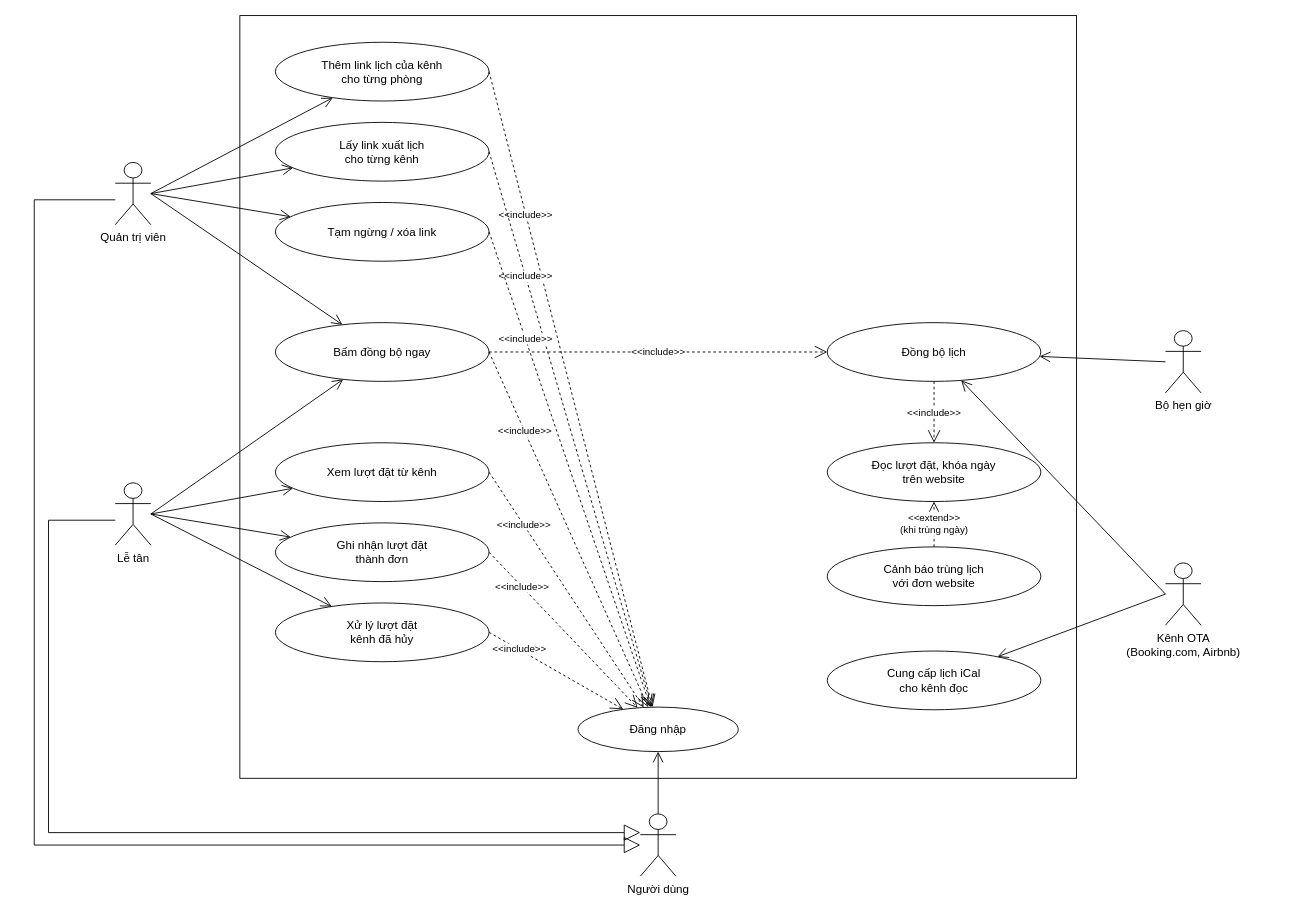
ngynquchn2511/beach-hotel keeps this draw.io diagram as docs/use-case/phan-ra/uc9-dong-bo-ota.drawio. Above is the earlier version. Source tidied: cells renumbered, new cells numbered last; positions are measured from the earlier drawing's top-left corner, leaving out a move shared by most shapes. Both pictures are drawn from the tidied source at 89%, with x=0, y=0 at pixel (34, 15).
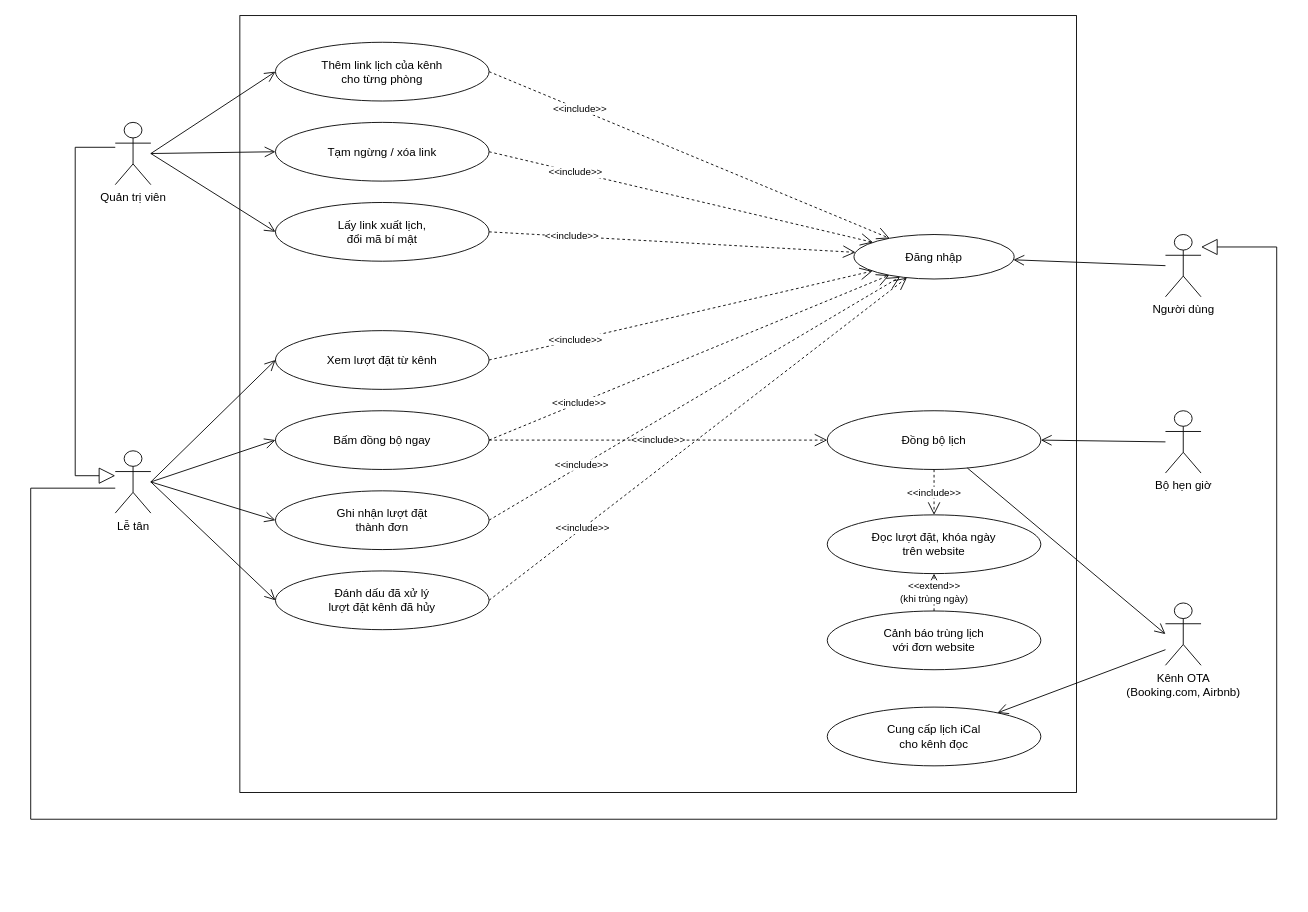
After the change.

The change refers to these unchanged cells:
```xml
<mxCell id="3" value="Thêm link lịch của kênh&lt;br&gt;cho từng phòng" style="ellipse;whiteSpace=wrap;html=1;fillColor=#FFFFFF;strokeColor=#000000;fontSize=13;" parent="1" vertex="1">
  <mxGeometry x="271" y="30" width="240" height="66" as="geometry" />
</mxCell>
```

Diff of the diagram source:
```diff
@@
     <mxCell id="2" style="rounded=0;whiteSpace=wrap;html=1;fillColor=none;strokeColor=#000000;" parent="1" vertex="1">
-      <mxGeometry x="231" width="940" height="857" as="geometry" />
+      <mxGeometry x="231" width="940" height="873" as="geometry" />
     </mxCell>
@@
+    <mxCell id="5" value="Tạm ngừng / xóa link" style="ellipse;whiteSpace=wrap;html=1;fillColor=#FFFFFF;strokeColor=#000000;fontSize=13;" parent="1" vertex="1">
+      <mxGeometry x="271" y="120" width="240" height="66" as="geometry" />
+    </mxCell>
-    <mxCell id="4" value="Lấy link xuất lịch&lt;br&gt;cho từng kênh" style="ellipse;whiteSpace=wrap;html=1;fillColor=#FFFFFF;strokeColor=#000000;fontSize=13;" parent="1" vertex="1">
-      <mxGeometry x="271" y="120" width="240" height="66" as="geometry" />
+    <mxCell id="4" value="Lấy link xuất lịch,&lt;br&gt;đổi mã bí mật" style="ellipse;whiteSpace=wrap;html=1;fillColor=#FFFFFF;strokeColor=#000000;fontSize=13;" parent="1" vertex="1">
+      <mxGeometry x="271" y="210" width="240" height="66" as="geometry" />
     </mxCell>
-    <mxCell id="5" value="Tạm ngừng / xóa link" style="ellipse;whiteSpace=wrap;html=1;fillColor=#FFFFFF;strokeColor=#000000;fontSize=13;" parent="1" vertex="1">
-      <mxGeometry x="271" y="210" width="240" height="66" as="geometry" />
-    </mxCell>
+    <mxCell id="7" value="Xem lượt đặt từ kênh" style="ellipse;whiteSpace=wrap;html=1;fillColor=#FFFFFF;strokeColor=#000000;fontSize=13;" parent="1" vertex="1">
+      <mxGeometry x="271" y="354" width="240" height="66" as="geometry" />
+    </mxCell>
     <mxCell id="6" value="Bấm đồng bộ ngay" style="ellipse;whiteSpace=wrap;html=1;fillColor=#FFFFFF;strokeColor=#000000;fontSize=13;" parent="1" vertex="1">
-      <mxGeometry x="271" y="345" width="240" height="66" as="geometry" />
+      <mxGeometry x="271" y="444" width="240" height="66" as="geometry" />
     </mxCell>
-    <mxCell id="7" value="Xem lượt đặt từ kênh" style="ellipse;whiteSpace=wrap;html=1;fillColor=#FFFFFF;strokeColor=#000000;fontSize=13;" parent="1" vertex="1">
-      <mxGeometry x="271" y="480" width="240" height="66" as="geometry" />
-    </mxCell>
     <mxCell id="8" value="Ghi nhận lượt đặt&lt;br&gt;thành đơn" style="ellipse;whiteSpace=wrap;html=1;fillColor=#FFFFFF;strokeColor=#000000;fontSize=13;" parent="1" vertex="1">
-      <mxGeometry x="271" y="570" width="240" height="66" as="geometry" />
+      <mxGeometry x="271" y="534" width="240" height="66" as="geometry" />
     </mxCell>
-    <mxCell id="9" value="Xử lý lượt đặt&lt;br&gt;kênh đã hủy" style="ellipse;whiteSpace=wrap;html=1;fillColor=#FFFFFF;strokeColor=#000000;fontSize=13;" parent="1" vertex="1">
-      <mxGeometry x="271" y="660" width="240" height="66" as="geometry" />
+    <mxCell id="9" value="Đánh dấu đã xử lý&lt;br&gt;lượt đặt kênh đã hủy" style="ellipse;whiteSpace=wrap;html=1;fillColor=#FFFFFF;strokeColor=#000000;fontSize=13;" parent="1" vertex="1">
+      <mxGeometry x="271" y="624" width="240" height="66" as="geometry" />
     </mxCell>
     <mxCell id="10" value="Đồng bộ lịch" style="ellipse;whiteSpace=wrap;html=1;fillColor=#FFFFFF;strokeColor=#000000;fontSize=13;" parent="1" vertex="1">
-      <mxGeometry x="891" y="345" width="240" height="66" as="geometry" />
+      <mxGeometry x="891" y="444" width="240" height="66" as="geometry" />
     </mxCell>
     <mxCell id="11" value="Đọc lượt đặt, khóa ngày&lt;br&gt;trên website" style="ellipse;whiteSpace=wrap;html=1;fillColor=#FFFFFF;strokeColor=#000000;fontSize=13;" parent="1" vertex="1">
-      <mxGeometry x="891" y="480" width="240" height="66" as="geometry" />
+      <mxGeometry x="891" y="561" width="240" height="66" as="geometry" />
     </mxCell>
     <mxCell id="12" value="Cảnh báo trùng lịch&lt;br&gt;với đơn website" style="ellipse;whiteSpace=wrap;html=1;fillColor=#FFFFFF;strokeColor=#000000;fontSize=13;" parent="1" vertex="1">
-      <mxGeometry x="891" y="597" width="240" height="66" as="geometry" />
+      <mxGeometry x="891" y="669" width="240" height="66" as="geometry" />
     </mxCell>
     <mxCell id="13" value="Cung cấp lịch iCal&lt;br&gt;cho kênh đọc" style="ellipse;whiteSpace=wrap;html=1;fillColor=#FFFFFF;strokeColor=#000000;fontSize=13;" parent="1" vertex="1">
-      <mxGeometry x="891" y="714" width="240" height="66" as="geometry" />
+      <mxGeometry x="891" y="777" width="240" height="66" as="geometry" />
     </mxCell>
     <mxCell id="14" value="Đăng nhập" style="ellipse;whiteSpace=wrap;html=1;fillColor=#FFFFFF;strokeColor=#000000;fontSize=13;" parent="1" vertex="1">
-      <mxGeometry x="611" y="777" width="180" height="50" as="geometry" />
+      <mxGeometry x="921" y="246" width="180" height="50" as="geometry" />
     </mxCell>
     <mxCell id="15" value="Quản trị viên" style="shape=umlActor;verticalLabelPosition=bottom;verticalAlign=top;html=1;outlineConnect=0;fillColor=#FFFFFF;strokeColor=#000000;fontSize=13;" parent="1" vertex="1">
-      <mxGeometry x="91" y="165" width="40" height="70" as="geometry" />
+      <mxGeometry x="91" y="120" width="40" height="70" as="geometry" />
     </mxCell>
     <mxCell id="16" value="Lễ tân" style="shape=umlActor;verticalLabelPosition=bottom;verticalAlign=top;html=1;outlineConnect=0;fillColor=#FFFFFF;strokeColor=#000000;fontSize=13;" parent="1" vertex="1">
-      <mxGeometry x="91" y="525" width="40" height="70" as="geometry" />
+      <mxGeometry x="91" y="489" width="40" height="70" as="geometry" />
     </mxCell>
     <mxCell id="17" value="Bộ hẹn giờ" style="shape=umlActor;verticalLabelPosition=bottom;verticalAlign=top;html=1;outlineConnect=0;fillColor=#FFFFFF;strokeColor=#000000;fontSize=13;" parent="1" vertex="1">
-      <mxGeometry x="1271" y="354" width="40" height="70" as="geometry" />
+      <mxGeometry x="1271" y="444" width="40" height="70" as="geometry" />
     </mxCell>
     <mxCell id="18" value="Kênh OTA&lt;br&gt;(Booking.com, Airbnb)" style="shape=umlActor;verticalLabelPosition=bottom;verticalAlign=top;html=1;outlineConnect=0;fillColor=#FFFFFF;strokeColor=#000000;fontSize=13;" parent="1" vertex="1">
-      <mxGeometry x="1271" y="615" width="40" height="70" as="geometry" />
+      <mxGeometry x="1271" y="660" width="40" height="70" as="geometry" />
     </mxCell>
-    <mxCell id="19" style="endArrow=open;endSize=10;html=1;rounded=0;strokeColor=#000000;exitX=1;exitY=0.5;exitDx=0;exitDy=0;exitPerimeter=0;" parent="1" edge="1" source="15" target="3">
+    <mxCell id="19" style="endArrow=open;endSize=10;html=1;rounded=0;strokeColor=#000000;exitX=1;exitY=0.5;exitDx=0;exitDy=0;exitPerimeter=0;entryX=0;entryY=0.5;entryDx=0;entryDy=0;" parent="1" edge="1" source="15" target="3">
       <mxGeometry relative="1" as="geometry" />
     </mxCell>
-    <mxCell id="20" style="endArrow=open;endSize=10;html=1;rounded=0;strokeColor=#000000;exitX=1;exitY=0.5;exitDx=0;exitDy=0;exitPerimeter=0;" parent="1" edge="1" source="15" target="4">
+    <mxCell id="20" style="endArrow=open;endSize=10;html=1;rounded=0;strokeColor=#000000;exitX=1;exitY=0.5;exitDx=0;exitDy=0;exitPerimeter=0;entryX=0;entryY=0.5;entryDx=0;entryDy=0;" parent="1" edge="1" source="15" target="5">
       <mxGeometry relative="1" as="geometry" />
     </mxCell>
-    <mxCell id="21" style="endArrow=open;endSize=10;html=1;rounded=0;strokeColor=#000000;exitX=1;exitY=0.5;exitDx=0;exitDy=0;exitPerimeter=0;" parent="1" edge="1" source="15" target="5">
+    <mxCell id="21" style="endArrow=open;endSize=10;html=1;rounded=0;strokeColor=#000000;exitX=1;exitY=0.5;exitDx=0;exitDy=0;exitPerimeter=0;entryX=0;entryY=0.5;entryDx=0;entryDy=0;" parent="1" edge="1" source="15" target="4">
       <mxGeometry relative="1" as="geometry" />
     </mxCell>
-    <mxCell id="22" style="endArrow=open;endSize=10;html=1;rounded=0;strokeColor=#000000;exitX=1;exitY=0.5;exitDx=0;exitDy=0;exitPerimeter=0;" parent="1" edge="1" source="15" target="6">
+    <mxCell id="22" style="endArrow=open;endSize=10;html=1;rounded=0;strokeColor=#000000;exitX=1;exitY=0.5;exitDx=0;exitDy=0;exitPerimeter=0;entryX=0;entryY=0.5;entryDx=0;entryDy=0;" parent="1" edge="1" source="16" target="7">
       <mxGeometry relative="1" as="geometry" />
     </mxCell>
-    <mxCell id="23" style="endArrow=open;endSize=10;html=1;rounded=0;strokeColor=#000000;exitX=1;exitY=0.5;exitDx=0;exitDy=0;exitPerimeter=0;" parent="1" edge="1" source="16" target="7">
+    <mxCell id="23" style="endArrow=open;endSize=10;html=1;rounded=0;strokeColor=#000000;exitX=1;exitY=0.5;exitDx=0;exitDy=0;exitPerimeter=0;entryX=0;entryY=0.5;entryDx=0;entryDy=0;" parent="1" edge="1" source="16" target="6">
       <mxGeometry relative="1" as="geometry" />
     </mxCell>
-    <mxCell id="24" style="endArrow=open;endSize=10;html=1;rounded=0;strokeColor=#000000;exitX=1;exitY=0.5;exitDx=0;exitDy=0;exitPerimeter=0;" parent="1" edge="1" source="16" target="8">
+    <mxCell id="24" style="endArrow=open;endSize=10;html=1;rounded=0;strokeColor=#000000;exitX=1;exitY=0.5;exitDx=0;exitDy=0;exitPerimeter=0;entryX=0;entryY=0.5;entryDx=0;entryDy=0;" parent="1" edge="1" source="16" target="8">
       <mxGeometry relative="1" as="geometry" />
     </mxCell>
-    <mxCell id="25" style="endArrow=open;endSize=10;html=1;rounded=0;strokeColor=#000000;exitX=1;exitY=0.5;exitDx=0;exitDy=0;exitPerimeter=0;" parent="1" edge="1" source="16" target="9">
+    <mxCell id="25" style="endArrow=open;endSize=10;html=1;rounded=0;strokeColor=#000000;exitX=1;exitY=0.5;exitDx=0;exitDy=0;exitPerimeter=0;entryX=0;entryY=0.5;entryDx=0;entryDy=0;" parent="1" edge="1" source="16" target="9">
       <mxGeometry relative="1" as="geometry" />
     </mxCell>
-    <mxCell id="26" style="endArrow=open;endSize=10;html=1;rounded=0;strokeColor=#000000;exitX=1;exitY=0.5;exitDx=0;exitDy=0;exitPerimeter=0;" parent="1" edge="1" source="16" target="6">
+    <mxCell id="26" style="endArrow=open;endSize=10;html=1;rounded=0;strokeColor=#000000;exitX=0;exitY=0.5;exitDx=0;exitDy=0;exitPerimeter=0;entryX=1;entryY=0.5;entryDx=0;entryDy=0;" parent="1" edge="1" source="17" target="10">
       <mxGeometry relative="1" as="geometry" />
     </mxCell>
-    <mxCell id="27" style="endArrow=open;endSize=10;html=1;rounded=0;strokeColor=#000000;exitX=0;exitY=0.5;exitDx=0;exitDy=0;exitPerimeter=0;" parent="1" edge="1" source="17" target="10">
+    <mxCell id="27" style="endArrow=open;endSize=10;html=1;rounded=0;strokeColor=#000000;entryX=0;entryY=0.5;entryDx=0;entryDy=0;entryPerimeter=0;" parent="1" edge="1" source="10" target="18">
       <mxGeometry relative="1" as="geometry" />
     </mxCell>
-    <mxCell id="28" style="endArrow=open;endSize=10;html=1;rounded=0;strokeColor=#000000;exitX=0;exitY=0.5;exitDx=0;exitDy=0;exitPerimeter=0;" parent="1" edge="1" source="18" target="10">
+    <mxCell id="28" value="&amp;lt;&amp;lt;include&amp;gt;&amp;gt;" style="endArrow=open;endSize=12;dashed=1;html=1;rounded=0;strokeColor=#000000;fontSize=11;labelBackgroundColor=#FFFFFF;" parent="1" edge="1" source="6" target="10">
       <mxGeometry relative="1" as="geometry" />
     </mxCell>
-    <mxCell id="29" style="endArrow=open;endSize=10;html=1;rounded=0;strokeColor=#000000;exitX=0;exitY=0.5;exitDx=0;exitDy=0;exitPerimeter=0;" parent="1" edge="1" source="18" target="13">
+    <mxCell id="29" value="&amp;lt;&amp;lt;include&amp;gt;&amp;gt;" style="endArrow=open;endSize=12;dashed=1;html=1;rounded=0;strokeColor=#000000;fontSize=11;labelBackgroundColor=#FFFFFF;" parent="1" edge="1" source="10" target="11">
       <mxGeometry relative="1" as="geometry" />
     </mxCell>
-    <mxCell id="30" value="&amp;lt;&amp;lt;include&amp;gt;&amp;gt;" style="endArrow=open;endSize=12;dashed=1;html=1;rounded=0;strokeColor=#000000;fontSize=11;labelBackgroundColor=#FFFFFF;" parent="1" edge="1" source="6" target="10">
+    <mxCell id="30" value="&amp;lt;&amp;lt;extend&amp;gt;&amp;gt;&lt;br&gt;(khi trùng ngày)" style="endArrow=open;endSize=12;dashed=1;html=1;rounded=0;strokeColor=#000000;fontSize=11;labelBackgroundColor=#FFFFFF;" parent="1" edge="1" source="12" target="11">
       <mxGeometry relative="1" as="geometry" />
     </mxCell>
-    <mxCell id="31" value="&amp;lt;&amp;lt;include&amp;gt;&amp;gt;" style="endArrow=open;endSize=12;dashed=1;html=1;rounded=0;strokeColor=#000000;fontSize=11;labelBackgroundColor=#FFFFFF;" parent="1" edge="1" source="10" target="11">
-      <mxGeometry relative="1" as="geometry" />
+    <mxCell id="31" value="&amp;lt;&amp;lt;include&amp;gt;&amp;gt;" style="endArrow=open;endSize=12;dashed=1;html=1;rounded=0;strokeColor=#000000;fontSize=11;labelBackgroundColor=#FFFFFF;exitX=1;exitY=0.5;exitDx=0;exitDy=0;" parent="1" edge="1" source="3" target="14">
+      <mxGeometry x="-0.55" relative="1" as="geometry" />
     </mxCell>
-    <mxCell id="32" value="&amp;lt;&amp;lt;extend&amp;gt;&amp;gt;&lt;br&gt;(khi trùng ngày)" style="endArrow=open;endSize=12;dashed=1;html=1;rounded=0;strokeColor=#000000;fontSize=11;labelBackgroundColor=#FFFFFF;" parent="1" edge="1" source="12" target="11">
-      <mxGeometry relative="1" as="geometry" />
+    <mxCell id="32" value="&amp;lt;&amp;lt;include&amp;gt;&amp;gt;" style="endArrow=open;endSize=12;dashed=1;html=1;rounded=0;strokeColor=#000000;fontSize=11;labelBackgroundColor=#FFFFFF;exitX=1;exitY=0.5;exitDx=0;exitDy=0;" parent="1" edge="1" source="5" target="14">
+      <mxGeometry x="-0.55" relative="1" as="geometry" />
     </mxCell>
-    <mxCell id="33" value="&amp;lt;&amp;lt;include&amp;gt;&amp;gt;" style="endArrow=open;endSize=12;dashed=1;html=1;rounded=0;strokeColor=#000000;fontSize=11;labelBackgroundColor=#FFFFFF;exitX=1;exitY=0.5;exitDx=0;exitDy=0;" parent="1" edge="1" source="3" target="14">
+    <mxCell id="33" value="&amp;lt;&amp;lt;include&amp;gt;&amp;gt;" style="endArrow=open;endSize=12;dashed=1;html=1;rounded=0;strokeColor=#000000;fontSize=11;labelBackgroundColor=#FFFFFF;exitX=1;exitY=0.5;exitDx=0;exitDy=0;" parent="1" edge="1" source="4" target="14">
       <mxGeometry x="-0.55" relative="1" as="geometry" />
     </mxCell>
-    <mxCell id="34" value="&amp;lt;&amp;lt;include&amp;gt;&amp;gt;" style="endArrow=open;endSize=12;dashed=1;html=1;rounded=0;strokeColor=#000000;fontSize=11;labelBackgroundColor=#FFFFFF;exitX=1;exitY=0.5;exitDx=0;exitDy=0;" parent="1" edge="1" source="4" target="14">
+    <mxCell id="34" value="&amp;lt;&amp;lt;include&amp;gt;&amp;gt;" style="endArrow=open;endSize=12;dashed=1;html=1;rounded=0;strokeColor=#000000;fontSize=11;labelBackgroundColor=#FFFFFF;exitX=1;exitY=0.5;exitDx=0;exitDy=0;" parent="1" edge="1" source="7" target="14">
       <mxGeometry x="-0.55" relative="1" as="geometry" />
     </mxCell>
-    <mxCell id="35" value="&amp;lt;&amp;lt;include&amp;gt;&amp;gt;" style="endArrow=open;endSize=12;dashed=1;html=1;rounded=0;strokeColor=#000000;fontSize=11;labelBackgroundColor=#FFFFFF;exitX=1;exitY=0.5;exitDx=0;exitDy=0;" parent="1" edge="1" source="5" target="14">
+    <mxCell id="35" value="&amp;lt;&amp;lt;include&amp;gt;&amp;gt;" style="endArrow=open;endSize=12;dashed=1;html=1;rounded=0;strokeColor=#000000;fontSize=11;labelBackgroundColor=#FFFFFF;exitX=1;exitY=0.5;exitDx=0;exitDy=0;" parent="1" edge="1" source="6" target="14">
       <mxGeometry x="-0.55" relative="1" as="geometry" />
     </mxCell>
-    <mxCell id="36" value="&amp;lt;&amp;lt;include&amp;gt;&amp;gt;" style="endArrow=open;endSize=12;dashed=1;html=1;rounded=0;strokeColor=#000000;fontSize=11;labelBackgroundColor=#FFFFFF;exitX=1;exitY=0.5;exitDx=0;exitDy=0;" parent="1" edge="1" source="6" target="14">
+    <mxCell id="36" value="&amp;lt;&amp;lt;include&amp;gt;&amp;gt;" style="endArrow=open;endSize=12;dashed=1;html=1;rounded=0;strokeColor=#000000;fontSize=11;labelBackgroundColor=#FFFFFF;exitX=1;exitY=0.5;exitDx=0;exitDy=0;" parent="1" edge="1" source="8" target="14">
       <mxGeometry x="-0.55" relative="1" as="geometry" />
     </mxCell>
-    <mxCell id="37" value="&amp;lt;&amp;lt;include&amp;gt;&amp;gt;" style="endArrow=open;endSize=12;dashed=1;html=1;rounded=0;strokeColor=#000000;fontSize=11;labelBackgroundColor=#FFFFFF;exitX=1;exitY=0.5;exitDx=0;exitDy=0;" parent="1" edge="1" source="7" target="14">
+    <mxCell id="37" value="&amp;lt;&amp;lt;include&amp;gt;&amp;gt;" style="endArrow=open;endSize=12;dashed=1;html=1;rounded=0;strokeColor=#000000;fontSize=11;labelBackgroundColor=#FFFFFF;exitX=1;exitY=0.5;exitDx=0;exitDy=0;" parent="1" edge="1" source="9" target="14">
       <mxGeometry x="-0.55" relative="1" as="geometry" />
     </mxCell>
-    <mxCell id="38" value="&amp;lt;&amp;lt;include&amp;gt;&amp;gt;" style="endArrow=open;endSize=12;dashed=1;html=1;rounded=0;strokeColor=#000000;fontSize=11;labelBackgroundColor=#FFFFFF;exitX=1;exitY=0.5;exitDx=0;exitDy=0;" parent="1" edge="1" source="8" target="14">
-      <mxGeometry x="-0.55" relative="1" as="geometry" />
+    <mxCell id="38" style="endArrow=block;endSize=16;endFill=0;html=1;rounded=0;strokeColor=#000000;exitX=0;exitY=0.4;exitDx=0;exitDy=0;exitPerimeter=0;entryX=0;entryY=0.4;entryDx=0;entryDy=0;entryPerimeter=0;" parent="1" edge="1" source="15" target="16">
+      <mxGeometry relative="1" as="geometry">
+        <Array as="points">
+          <mxPoint x="46" y="148" />
+          <mxPoint x="46" y="517" />
+        </Array>
+      </mxGeometry>
     </mxCell>
-    <mxCell id="39" value="&amp;lt;&amp;lt;include&amp;gt;&amp;gt;" style="endArrow=open;endSize=12;dashed=1;html=1;rounded=0;strokeColor=#000000;fontSize=11;labelBackgroundColor=#FFFFFF;exitX=1;exitY=0.5;exitDx=0;exitDy=0;" parent="1" edge="1" source="9" target="14">
-      <mxGeometry x="-0.55" relative="1" as="geometry" />
+    <mxCell id="39" style="endArrow=open;endSize=10;html=1;rounded=0;strokeColor=#000000;exitX=0;exitY=0.75;exitDx=0;exitDy=0;exitPerimeter=0;" parent="1" edge="1" source="18" target="13">
+      <mxGeometry relative="1" as="geometry" />
     </mxCell>
     <mxCell id="40" value="Người dùng" style="shape=umlActor;verticalLabelPosition=bottom;verticalAlign=top;html=1;outlineConnect=0;fillColor=#FFFFFF;strokeColor=#000000;fontSize=13;" parent="1" vertex="1">
-      <mxGeometry x="681" y="897" width="40" height="70" as="geometry" />
+      <mxGeometry x="1271" y="246" width="40" height="70" as="geometry" />
     </mxCell>
-    <mxCell id="41" style="endArrow=open;endSize=10;html=1;rounded=0;strokeColor=#000000;exitX=0.5;exitY=0;exitDx=0;exitDy=0;exitPerimeter=0;" parent="1" edge="1" source="40" target="14">
+    <mxCell id="41" style="endArrow=open;endSize=10;html=1;rounded=0;strokeColor=#000000;exitX=0;exitY=0.5;exitDx=0;exitDy=0;exitPerimeter=0;" parent="1" edge="1" source="40" target="14">
       <mxGeometry relative="1" as="geometry" />
     </mxCell>
-    <mxCell id="42" style="endArrow=block;endSize=16;endFill=0;html=1;rounded=0;strokeColor=#000000;exitX=0;exitY=0.6;exitDx=0;exitDy=0;exitPerimeter=0;entryX=0;entryY=0.3;entryDx=0;entryDy=0;entryPerimeter=0;" parent="1" edge="1" source="16" target="40">
+    <mxCell id="42" style="endArrow=block;endSize=16;endFill=0;html=1;rounded=0;strokeColor=#000000;exitX=0;exitY=0.6;exitDx=0;exitDy=0;exitPerimeter=0;entryX=1;entryY=0.2;entryDx=0;entryDy=0;entryPerimeter=0;" parent="1" edge="1" source="16" target="40">
       <mxGeometry relative="1" as="geometry">
         <Array as="points">
-          <mxPoint x="16" y="567" />
-          <mxPoint x="16" y="918" />
+          <mxPoint x="-4" y="531" />
+          <mxPoint x="-4" y="903" />
+          <mxPoint x="1396" y="903" />
+          <mxPoint x="1396" y="260" />
         </Array>
       </mxGeometry>
     </mxCell>
-    <mxCell id="43" style="endArrow=block;endSize=16;endFill=0;html=1;rounded=0;strokeColor=#000000;exitX=0;exitY=0.6;exitDx=0;exitDy=0;exitPerimeter=0;entryX=0;entryY=0.5;entryDx=0;entryDy=0;entryPerimeter=0;" parent="1" edge="1" source="15" target="40">
-      <mxGeometry relative="1" as="geometry">
-        <Array as="points">
-          <mxPoint y="207" />
-          <mxPoint y="932" />
-        </Array>
-      </mxGeometry>
-    </mxCell>
```
